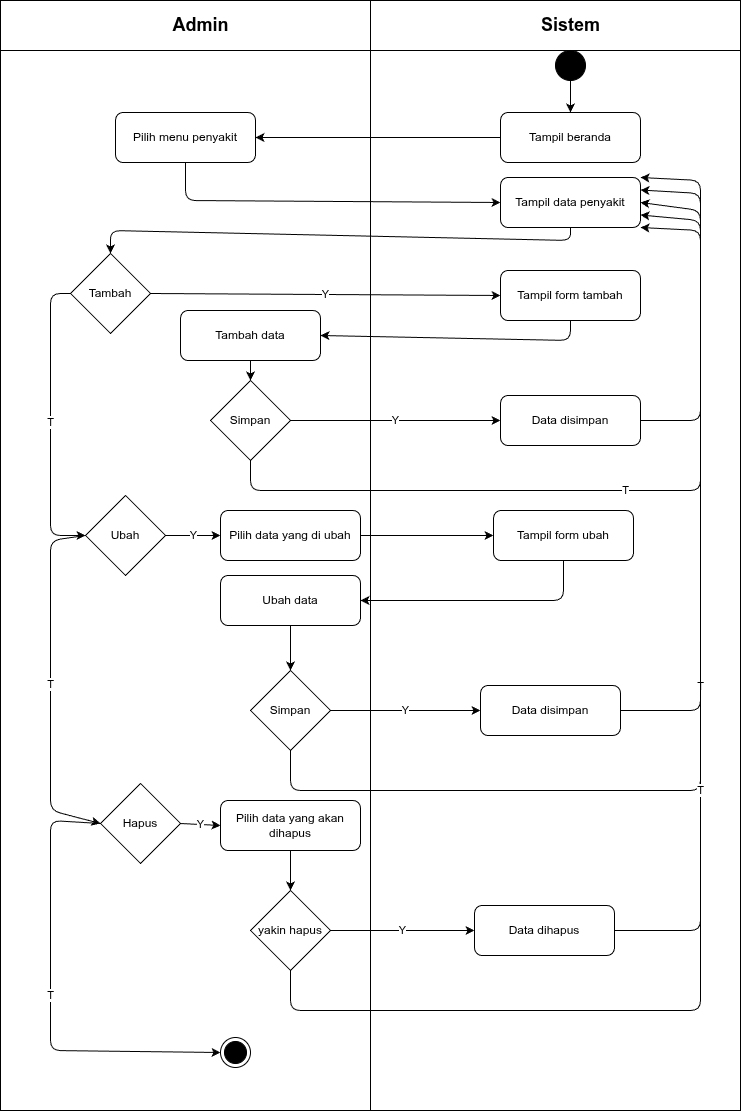
The draw.io diagram diagram/activity/admin/crud-penyakit.png in RajaSunrise/kangkungku, before a commit. Source tidied: cells renumbered, new cells last; positions are measured from the earlier drawing's top-left corner, leaving out a move shared by most shapes.
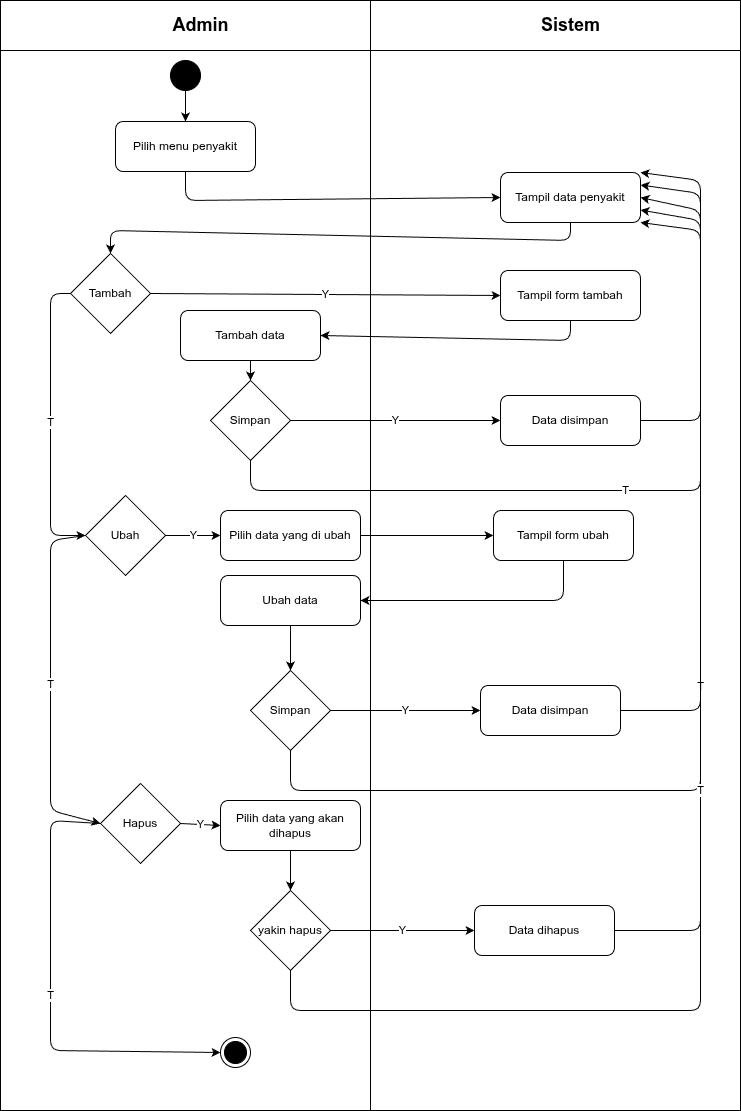
After the commit.

The edit, as a diff of the source:
```diff
@@ -12,22 +12,16 @@
       <mxGeometry x="535" y="10" width="70" height="30" as="geometry" />
     </mxCell>
     <mxCell id="5" style="ellipse;whiteSpace=wrap;html=1;fillColor=#000000;strokeColor=#000000;" parent="1" vertex="1">
-      <mxGeometry x="555" y="50" width="30" height="30" as="geometry" />
+      <mxGeometry x="170" y="60" width="30" height="30" as="geometry" />
     </mxCell>
-    <mxCell id="6" value="Tampil beranda" style="rounded=1;whiteSpace=wrap;html=1;" parent="1" vertex="1">
-      <mxGeometry x="500" y="112" width="140" height="50" as="geometry" />
-    </mxCell>
-    <mxCell id="7" style="endArrow=classic;html=1;exitX=0.5;exitY=1;entryX=0.5;entryY=0;" parent="1" edge="1" source="5" target="6">
+    <mxCell id="7" style="endArrow=classic;html=1;exitX=0.5;exitY=1;entryX=0.5;entryY=0;entryDx=0;entryDy=0;" parent="1" edge="1" source="5" target="8">
       <mxGeometry relative="1" as="geometry" />
     </mxCell>
     <mxCell id="8" value="Pilih menu penyakit" style="rounded=1;whiteSpace=wrap;html=1;" parent="1" vertex="1">
-      <mxGeometry x="115" y="112" width="140" height="50" as="geometry" />
+      <mxGeometry x="115" y="121" width="140" height="50" as="geometry" />
     </mxCell>
-    <mxCell id="9" style="endArrow=classic;html=1;exitX=0;exitY=0.5;entryX=1;entryY=0.5;" parent="1" edge="1" source="6" target="8">
-      <mxGeometry relative="1" as="geometry" />
-    </mxCell>
     <mxCell id="10" value="Tampil data penyakit" style="rounded=1;whiteSpace=wrap;html=1;" parent="1" vertex="1">
-      <mxGeometry x="500" y="177" width="140" height="50" as="geometry" />
+      <mxGeometry x="500" y="172" width="140" height="50" as="geometry" />
     </mxCell>
     <mxCell id="11" style="endArrow=classic;html=1;exitX=0.5;exitY=1;entryX=0;entryY=0.5;" parent="1" edge="1" source="8" target="10">
       <mxGeometry relative="1" as="geometry">
```
